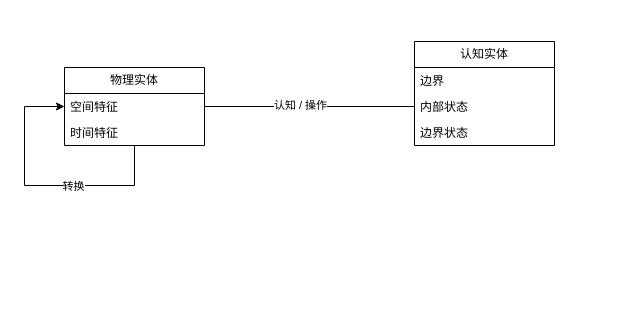
The draw.io diagram page "实体" (1 of 3) of base_model/实体和语言.drawio in cyxm/CodeGenerator, before the edit. Source tidied: cells renumbered, new cells numbered last; positions are measured from the earlier drawing's top-left corner, leaving out a move shared by most shapes. Both pictures are drawn from the tidied source at 100%, with x=0, y=0 at pixel (24, 41).
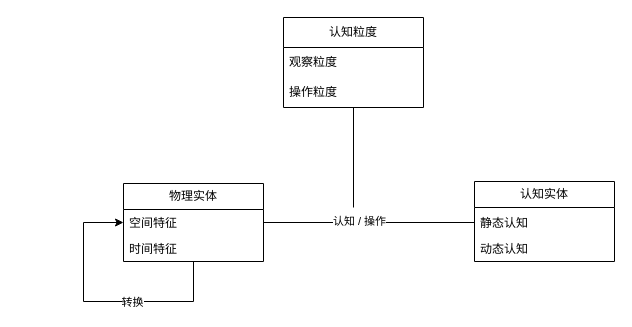
The same diagram, later.

Change to the diagram source:
```diff
@@
+    <mxCell id="13" style="group;" parent="1" vertex="1">
+      <mxGeometry x="59" y="-24" width="531" height="284" as="geometry" />
+    </mxCell>
-    <mxCell id="2" value="物理实体" style="swimlane;fontStyle=0;horizontal=1;startSize=26;whiteSpace=wrap;html=1;rounded=0;" parent="1" vertex="1">
-      <mxGeometry x="40" y="26" width="140" height="78" as="geometry" />
+    <mxCell id="2" value="物理实体" style="swimlane;fontStyle=0;horizontal=1;startSize=26;whiteSpace=wrap;html=1;rounded=0;" parent="13" vertex="1">
+      <mxGeometry x="40" y="166" width="140" height="78" as="geometry" />
     </mxCell>
+    <mxCell id="11" style="endArrow=none;html=1;rounded=0;exitX=1;exitY=0.5;exitDx=0;exitDy=0;" parent="13" edge="1" source="2">
+      <mxGeometry relative="1" as="geometry">
+        <mxPoint x="391" y="205" as="targetPoint" />
+      </mxGeometry>
+    </mxCell>
+    <mxCell id="12" value="认知 / 操作" style="edgeLabel;html=1;align=center;verticalAlign=middle;rounded=0;" parent="11" vertex="1">
+      <mxGeometry x="-0.1" y="2" relative="1" as="geometry" />
+    </mxCell>
+    <mxCell id="14" value="认知粒度" style="swimlane;fontStyle=0;horizontal=1;startSize=30;whiteSpace=wrap;html=1;" parent="13" vertex="1">
+      <mxGeometry x="200" width="140" height="90" as="geometry" />
+    </mxCell>
+    <mxCell id="15" style="endArrow=none;html=1;rounded=0;entryX=0.5;entryY=1;entryDx=0;entryDy=0;" parent="13" edge="1" target="14">
+      <mxGeometry relative="1" as="geometry">
+        <mxPoint x="270" y="190" as="sourcePoint" />
+      </mxGeometry>
+    </mxCell>
-    <mxCell id="3" value="空间特征" style="text;strokeColor=none;fillColor=none;align=left;verticalAlign=top;spacingLeft=4;spacingRight=4;overflow=hidden;points=[[0,0.5],[1,0.5]];portConstraint=eastwest;whiteSpace=wrap;html=1;rounded=0;" parent="2" vertex="1">
-      <mxGeometry y="26" width="140" height="26" as="geometry" />
+    <mxCell id="3" value="空间特征" style="text;strokeColor=none;fillColor=none;align=left;verticalAlign=top;spacingLeft=4;spacingRight=4;overflow=hidden;points=[[0,0.5],[1,0.5]];portConstraint=eastwest;whiteSpace=wrap;html=1;rounded=0;" parent="13" vertex="1">
+      <mxGeometry x="40" y="192" width="140" height="26" as="geometry" />
     </mxCell>
-    <mxCell id="4" value="时间特征" style="text;strokeColor=none;fillColor=none;align=left;verticalAlign=top;spacingLeft=4;spacingRight=4;overflow=hidden;whiteSpace=wrap;html=1;rounded=0;" parent="2" vertex="1">
-      <mxGeometry y="52" width="140" height="26" as="geometry" />
+    <mxCell id="4" value="时间特征" style="text;strokeColor=none;fillColor=none;align=left;verticalAlign=top;spacingLeft=4;spacingRight=4;overflow=hidden;whiteSpace=wrap;html=1;rounded=0;" parent="13" vertex="1">
+      <mxGeometry x="40" y="218" width="140" height="26" as="geometry" />
     </mxCell>
-    <mxCell id="5" style="edgeStyle=orthogonalEdgeStyle;rounded=0;jettySize=auto;html=1;exitX=0.5;exitY=1;exitDx=0;exitDy=0;entryX=0;entryY=0.5;entryDx=0;entryDy=0;" parent="2" edge="1" source="2" target="3">
+    <mxCell id="5" style="edgeStyle=orthogonalEdgeStyle;rounded=0;jettySize=auto;html=1;exitX=0.5;exitY=1;exitDx=0;exitDy=0;entryX=0;entryY=0.5;entryDx=0;entryDy=0;" parent="13" edge="1" source="2" target="3">
       <mxGeometry relative="1" as="geometry">
         <Array as="points">
-          <mxPoint x="70" y="118" />
-          <mxPoint x="-40" y="118" />
-          <mxPoint x="-40" y="39" />
+          <mxPoint x="110" y="284" />
+          <mxPoint y="284" />
+          <mxPoint y="205" />
         </Array>
       </mxGeometry>
     </mxCell>
@@
+    <mxCell id="16" value="观察粒度" style="text;strokeColor=none;fillColor=none;align=left;verticalAlign=middle;spacingLeft=4;spacingRight=4;overflow=hidden;whiteSpace=wrap;html=1;" parent="13" vertex="1">
+      <mxGeometry x="200" y="30" width="140" height="30" as="geometry" />
+    </mxCell>
+    <mxCell id="17" value="操作粒度" style="text;strokeColor=none;fillColor=none;align=left;verticalAlign=middle;spacingLeft=4;spacingRight=4;overflow=hidden;whiteSpace=wrap;html=1;" parent="13" vertex="1">
+      <mxGeometry x="200" y="60" width="140" height="30" as="geometry" />
+    </mxCell>
+    <mxCell id="18" style="group;" parent="13" vertex="1">
+      <mxGeometry x="391" y="164" width="140" height="80" as="geometry" />
+    </mxCell>
-    <mxCell id="7" value="认知实体" style="swimlane;fontStyle=0;horizontal=1;startSize=26;fillColor=none;whiteSpace=wrap;html=1;rounded=0;" parent="1" vertex="1">
-      <mxGeometry x="390" width="140" height="104" as="geometry" />
+    <mxCell id="7" value="认知实体" style="swimlane;fontStyle=0;horizontal=1;startSize=26;fillColor=none;whiteSpace=wrap;html=1;rounded=0;" parent="18" vertex="1">
+      <mxGeometry width="140" height="80" as="geometry" />
     </mxCell>
-    <mxCell id="8" value="边界" style="text;strokeColor=none;fillColor=none;align=left;verticalAlign=top;spacingLeft=4;spacingRight=4;overflow=hidden;whiteSpace=wrap;html=1;rounded=0;" parent="7" vertex="1">
-      <mxGeometry y="26" width="140" height="26" as="geometry" />
+    <mxCell id="8" value="静态认知" style="text;strokeColor=none;fillColor=none;align=left;verticalAlign=top;spacingLeft=4;spacingRight=4;overflow=hidden;whiteSpace=wrap;html=1;rounded=0;" parent="18" vertex="1">
+      <mxGeometry y="28" width="140" height="26" as="geometry" />
     </mxCell>
-    <mxCell id="9" value="内部状态" style="text;strokeColor=none;fillColor=none;align=left;verticalAlign=top;spacingLeft=4;spacingRight=4;overflow=hidden;points=[[0,0.5],[1,0.5]];portConstraint=eastwest;whiteSpace=wrap;html=1;rounded=0;" parent="7" vertex="1">
-      <mxGeometry y="52" width="140" height="26" as="geometry" />
+    <mxCell id="9" value="动态认知" style="text;strokeColor=none;fillColor=none;align=left;verticalAlign=top;spacingLeft=4;spacingRight=4;overflow=hidden;points=[[0,0.5],[1,0.5]];portConstraint=eastwest;whiteSpace=wrap;html=1;rounded=0;" parent="18" vertex="1">
+      <mxGeometry y="54" width="140" height="26" as="geometry" />
     </mxCell>
-    <mxCell id="10" value="边界状态" style="text;strokeColor=none;fillColor=none;align=left;verticalAlign=top;spacingLeft=4;spacingRight=4;overflow=hidden;whiteSpace=wrap;html=1;rounded=0;" parent="7" vertex="1">
-      <mxGeometry y="78" width="140" height="26" as="geometry" />
-    </mxCell>
-    <mxCell id="11" style="endArrow=none;html=1;rounded=0;exitX=1;exitY=0.5;exitDx=0;exitDy=0;entryX=0;entryY=0.5;entryDx=0;entryDy=0;" parent="1" edge="1" source="2" target="9">
-      <mxGeometry relative="1" as="geometry" />
-    </mxCell>
-    <mxCell id="12" value="认知 / 操作" style="edgeLabel;html=1;align=center;verticalAlign=middle;rounded=0;" parent="11" vertex="1">
-      <mxGeometry x="-0.1" y="2" relative="1" as="geometry" />
-    </mxCell>
```
